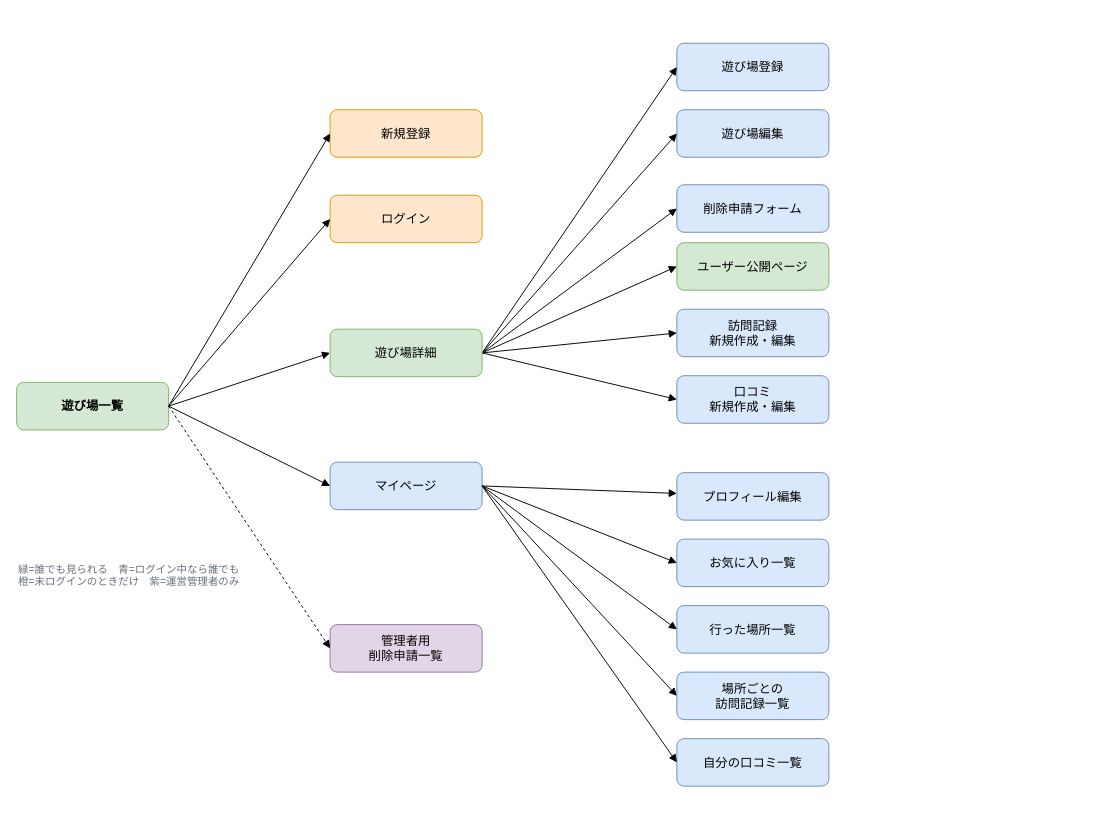
bluewell-y/asobi-log keeps this draw.io diagram as docs/images/screen-flow.drawio. Above is the earlier version. Source tidied: cells renumbered, new cells numbered last; positions are measured from the earlier drawing's top-left corner, leaving out a move shared by most shapes. Both pictures are drawn from the tidied source at 95%, with x=0, y=0 at pixel (16, 43).
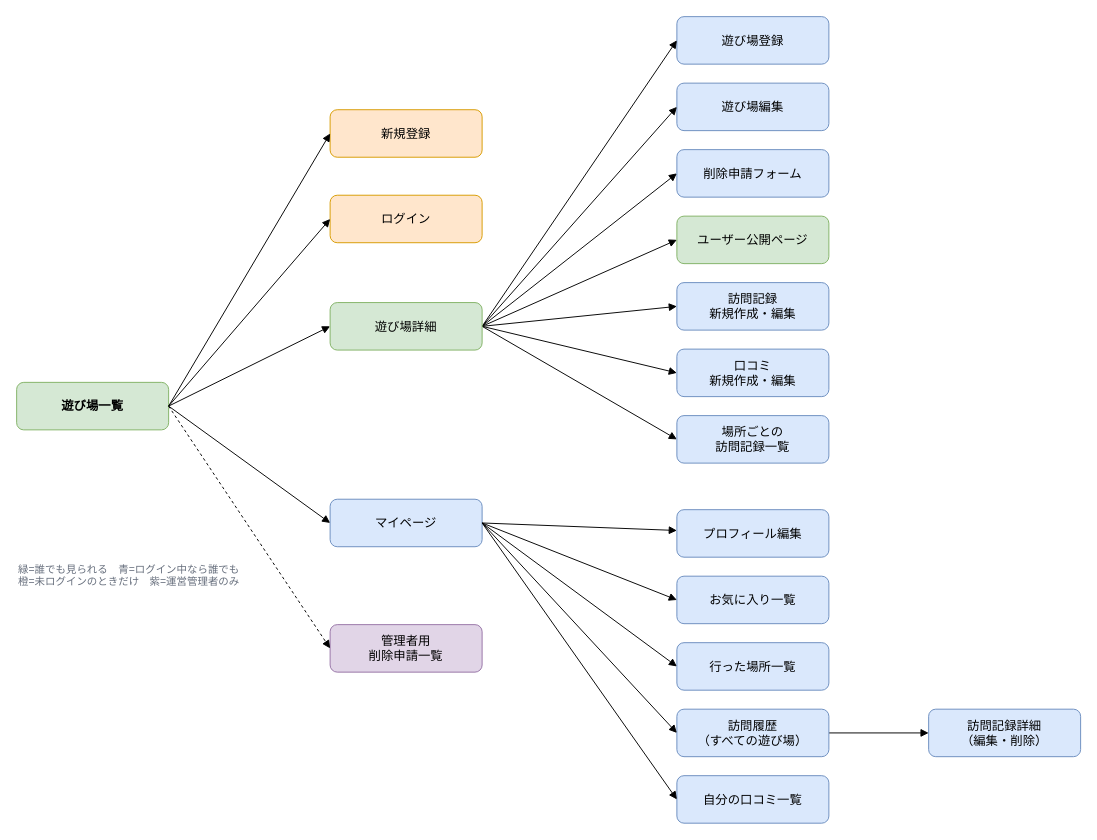
The same diagram, later.

Commit message (it also covers changes not shown here):
画面遷移図に訪問履歴・訪問記録詳細・場所ごとの訪問記録一覧を反映

- マイページからの遷移先を「場所ごとの訪問記録一覧」から「訪問履歴（すべての遊び場）」に修正
- 訪問履歴から遷移する「訪問記録詳細（編集・削除）」を追加
- 遊び場詳細から遷移する「場所ごとの訪問記録一覧」を追加

Change to the diagram source:
```diff
@@
     <mxCell id="5" value="マイページ" style="rounded=1;whiteSpace=wrap;html=1;fillColor=#dae8fc;strokeColor=#6c8ebf;fontSize=13;" parent="1" vertex="1">
-      <mxGeometry x="330" y="441" width="160" height="50" as="geometry" />
+      <mxGeometry x="330" y="480" width="160" height="50" as="geometry" />
     </mxCell>
     <mxCell id="6" value="遊び場登録" style="rounded=1;whiteSpace=wrap;html=1;fillColor=#dae8fc;strokeColor=#6c8ebf;fontSize=13;" parent="1" vertex="1">
-      <mxGeometry x="695" width="160" height="50" as="geometry" />
+      <mxGeometry x="695" y="-28" width="160" height="50" as="geometry" />
     </mxCell>
     <mxCell id="7" value="遊び場編集" style="rounded=1;whiteSpace=wrap;html=1;fillColor=#dae8fc;strokeColor=#6c8ebf;fontSize=13;" parent="1" vertex="1">
-      <mxGeometry x="695" y="70" width="160" height="50" as="geometry" />
+      <mxGeometry x="695" y="42" width="160" height="50" as="geometry" />
     </mxCell>
     <mxCell id="8" value="削除申請フォーム" style="rounded=1;whiteSpace=wrap;html=1;fillColor=#dae8fc;strokeColor=#6c8ebf;fontSize=13;" parent="1" vertex="1">
-      <mxGeometry x="695" y="149" width="160" height="50" as="geometry" />
+      <mxGeometry x="695" y="112" width="160" height="50" as="geometry" />
     </mxCell>
     <mxCell id="9" value="ユーザー公開ページ" style="rounded=1;whiteSpace=wrap;html=1;fillColor=#d5e8d4;strokeColor=#82b366;fontSize=13;" parent="1" vertex="1">
-      <mxGeometry x="695" y="210" width="160" height="50" as="geometry" />
+      <mxGeometry x="695" y="182" width="160" height="50" as="geometry" />
     </mxCell>
     <mxCell id="10" value="訪問記録&#10;新規作成・編集" style="rounded=1;whiteSpace=wrap;html=1;fillColor=#dae8fc;strokeColor=#6c8ebf;fontSize=13;" parent="1" vertex="1">
-      <mxGeometry x="695" y="280" width="160" height="50" as="geometry" />
+      <mxGeometry x="695" y="252" width="160" height="50" as="geometry" />
     </mxCell>
     <mxCell id="11" value="口コミ&#10;新規作成・編集" style="rounded=1;whiteSpace=wrap;html=1;fillColor=#dae8fc;strokeColor=#6c8ebf;fontSize=13;" parent="1" vertex="1">
-      <mxGeometry x="695" y="350" width="160" height="50" as="geometry" />
+      <mxGeometry x="695" y="322" width="160" height="50" as="geometry" />
     </mxCell>
     <mxCell id="12" value="プロフィール編集" style="rounded=1;whiteSpace=wrap;html=1;fillColor=#dae8fc;strokeColor=#6c8ebf;fontSize=13;" parent="1" vertex="1">
-      <mxGeometry x="695" y="452" width="160" height="50" as="geometry" />
+      <mxGeometry x="695" y="491" width="160" height="50" as="geometry" />
     </mxCell>
     <mxCell id="13" value="お気に入り一覧" style="rounded=1;whiteSpace=wrap;html=1;fillColor=#dae8fc;strokeColor=#6c8ebf;fontSize=13;" parent="1" vertex="1">
-      <mxGeometry x="695" y="522" width="160" height="50" as="geometry" />
+      <mxGeometry x="695" y="561" width="160" height="50" as="geometry" />
     </mxCell>
     <mxCell id="14" value="行った場所一覧" style="rounded=1;whiteSpace=wrap;html=1;fillColor=#dae8fc;strokeColor=#6c8ebf;fontSize=13;" parent="1" vertex="1">
-      <mxGeometry x="695" y="592" width="160" height="50" as="geometry" />
+      <mxGeometry x="695" y="631" width="160" height="50" as="geometry" />
     </mxCell>
+    <mxCell id="36" style="html=1;endArrow=block;rounded=0;exitX=1;exitY=0.5;exitDx=0;exitDy=0;entryX=0;entryY=0.5;entryDx=0;entryDy=0;" parent="1" edge="1" source="15" target="38">
+      <mxGeometry relative="1" as="geometry" />
+    </mxCell>
-    <mxCell id="15" value="場所ごとの&#10;訪問記録一覧" style="rounded=1;whiteSpace=wrap;html=1;fillColor=#dae8fc;strokeColor=#6c8ebf;fontSize=13;" parent="1" vertex="1">
-      <mxGeometry x="695" y="662" width="160" height="50" as="geometry" />
+    <mxCell id="15" value="訪問履歴&lt;div&gt;（すべての遊び場）&lt;/div&gt;" style="rounded=1;whiteSpace=wrap;html=1;fillColor=#dae8fc;strokeColor=#6c8ebf;fontSize=13;" parent="1" vertex="1">
+      <mxGeometry x="695" y="701" width="160" height="50" as="geometry" />
     </mxCell>
     <mxCell id="16" value="自分の口コミ一覧" style="rounded=1;whiteSpace=wrap;html=1;fillColor=#dae8fc;strokeColor=#6c8ebf;fontSize=13;" parent="1" vertex="1">
-      <mxGeometry x="695" y="732" width="160" height="50" as="geometry" />
+      <mxGeometry x="695" y="771" width="160" height="50" as="geometry" />
     </mxCell>
@@
+    <mxCell id="37" style="html=1;endArrow=block;rounded=0;exitX=1;exitY=0.5;exitDx=0;exitDy=0;entryX=0;entryY=0.5;entryDx=0;entryDy=0;" parent="1" edge="1" source="35" target="39">
+      <mxGeometry relative="1" as="geometry" />
+    </mxCell>
     <mxCell id="35" value="遊び場詳細" style="rounded=1;whiteSpace=wrap;html=1;fillColor=#d5e8d4;strokeColor=#82b366;fontSize=13;" parent="1" vertex="1">
-      <mxGeometry x="330" y="301" width="160" height="50" as="geometry" />
+      <mxGeometry x="330" y="273" width="160" height="50" as="geometry" />
     </mxCell>
+    <mxCell id="38" value="訪問記録詳細&lt;div&gt;（編集・削除）&lt;/div&gt;" style="rounded=1;whiteSpace=wrap;html=1;fillColor=#dae8fc;strokeColor=#6c8ebf;fontSize=13;" parent="1" vertex="1">
+      <mxGeometry x="960" y="701" width="160" height="50" as="geometry" />
+    </mxCell>
+    <mxCell id="39" value="場所ごとの&lt;div&gt;訪問記録一覧&lt;/div&gt;" style="rounded=1;whiteSpace=wrap;html=1;fillColor=#dae8fc;strokeColor=#6c8ebf;fontSize=13;" parent="1" vertex="1">
+      <mxGeometry x="695" y="392" width="160" height="50" as="geometry" />
+    </mxCell>
```
